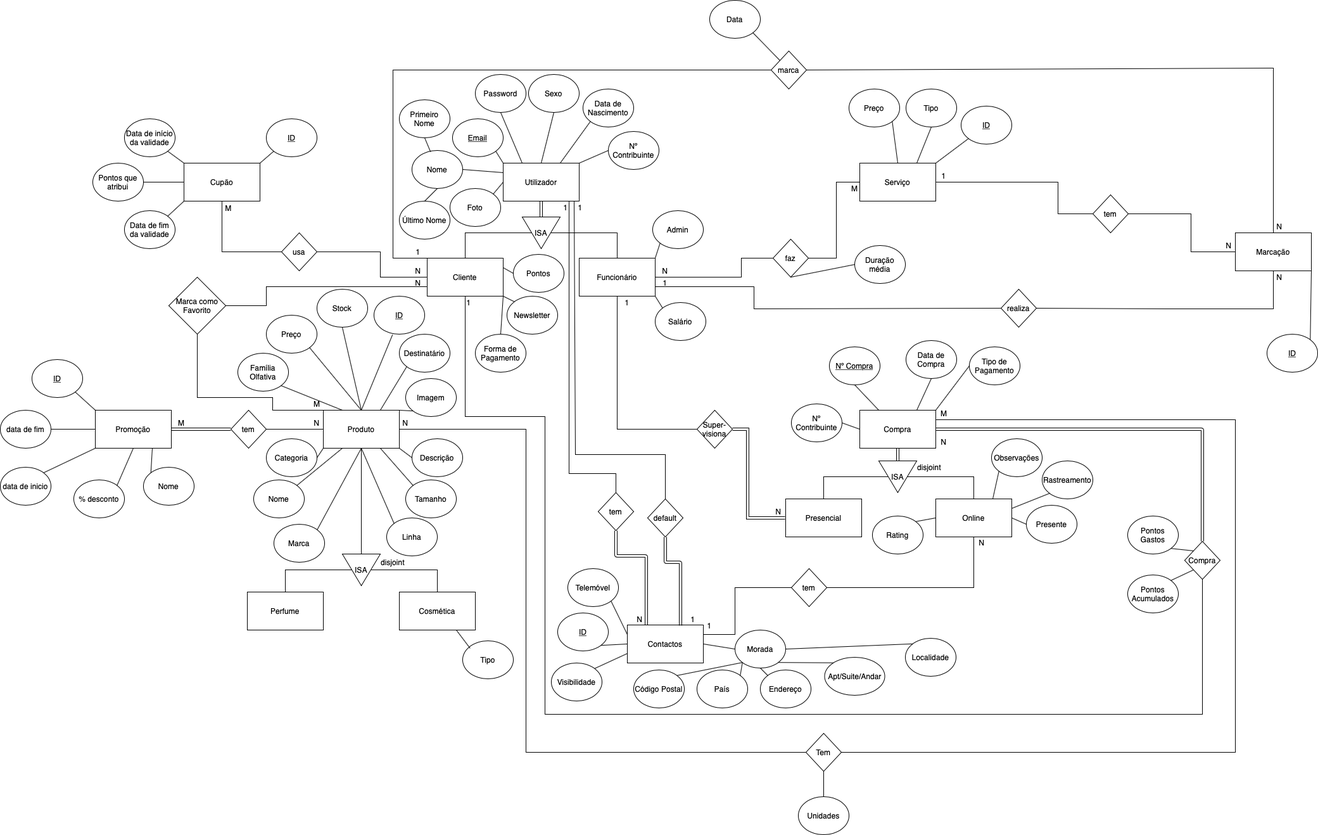
hugofpaiva/bd keeps this draw.io diagram as Projeto/DER.png. Above is the earlier version. Source tidied: cells renumbered, new cells last; positions are measured from the earlier drawing's top-left corner, leaving out a move shared by most shapes.
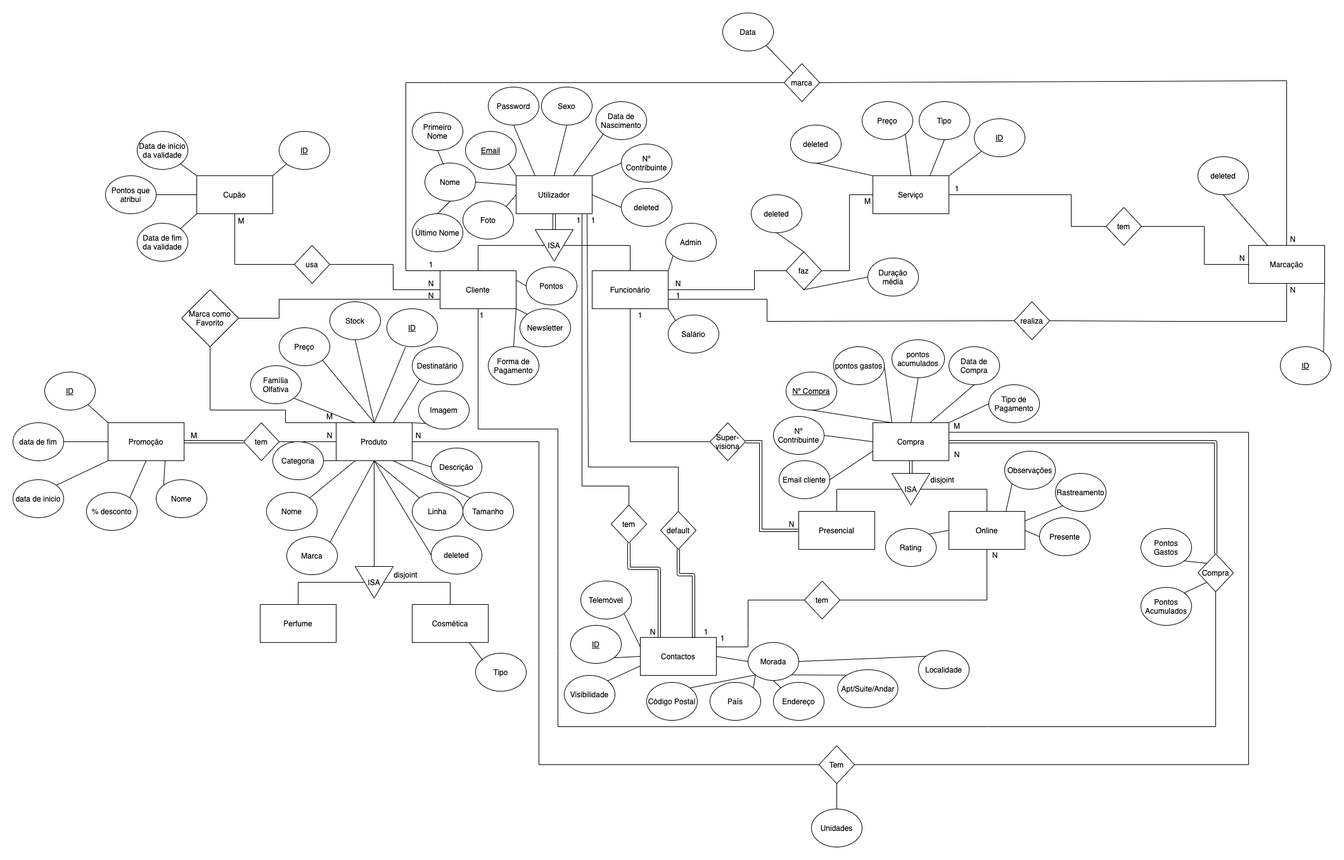
After the commit.

The edit, as a diff of the source:
```diff
@@ -255,19 +255,19 @@
       <mxGeometry x="640" y="597" width="80" height="60" as="geometry" />
     </mxCell>
     <mxCell id="62" value="Descrição" style="ellipse;whiteSpace=wrap;html=1;" parent="1" vertex="1">
-      <mxGeometry x="650" y="692" width="80" height="60" as="geometry" />
+      <mxGeometry x="660" y="687" width="80" height="60" as="geometry" />
     </mxCell>
     <mxCell id="63" value="Categoria" style="ellipse;whiteSpace=wrap;html=1;" parent="1" vertex="1">
-      <mxGeometry x="420" y="692" width="80" height="60" as="geometry" />
+      <mxGeometry x="410" y="677" width="80" height="60" as="geometry" />
     </mxCell>
     <mxCell id="64" value="Tamanho" style="ellipse;whiteSpace=wrap;html=1;" parent="1" vertex="1">
-      <mxGeometry x="640" y="757" width="80" height="60" as="geometry" />
+      <mxGeometry x="710" y="757" width="80" height="60" as="geometry" />
     </mxCell>
     <mxCell id="65" value="Nome" style="ellipse;whiteSpace=wrap;html=1;" parent="1" vertex="1">
       <mxGeometry x="400" y="757" width="80" height="60" as="geometry" />
     </mxCell>
     <mxCell id="66" value="Linha" style="ellipse;whiteSpace=wrap;html=1;" parent="1" vertex="1">
-      <mxGeometry x="610" y="817" width="80" height="60" as="geometry" />
+      <mxGeometry x="630" y="757" width="80" height="60" as="geometry" />
     </mxCell>
     <mxCell id="67" value="Marca" style="ellipse;whiteSpace=wrap;html=1;" parent="1" vertex="1">
       <mxGeometry x="432" y="827" width="80" height="60" as="geometry" />
@@ -450,25 +450,25 @@
       <mxGeometry relative="1" as="geometry" />
     </mxCell>
     <mxCell id="127" value="&lt;u&gt;Nº Compra&lt;/u&gt;" style="ellipse;whiteSpace=wrap;html=1;" parent="1" vertex="1">
-      <mxGeometry x="1309" y="547" width="80" height="60" as="geometry" />
+      <mxGeometry x="1220" y="567" width="80" height="60" as="geometry" />
     </mxCell>
     <mxCell id="128" style="endArrow=none;html=1;strokeColor=#000000;exitX=0.25;exitY=0;exitDx=0;exitDy=0;entryX=0.5;entryY=1;entryDx=0;entryDy=0;" parent="1" edge="1" source="43" target="127">
       <mxGeometry relative="1" as="geometry" />
     </mxCell>
     <mxCell id="129" value="Nº Contribuinte" style="ellipse;whiteSpace=wrap;html=1;" parent="1" vertex="1">
-      <mxGeometry x="1249" y="637" width="80" height="60" as="geometry" />
+      <mxGeometry x="1200" y="637" width="80" height="60" as="geometry" />
     </mxCell>
     <mxCell id="130" style="endArrow=none;html=1;strokeColor=#000000;entryX=0;entryY=0.5;entryDx=0;entryDy=0;exitX=1;exitY=0.5;exitDx=0;exitDy=0;" parent="1" edge="1" source="129" target="43">
       <mxGeometry relative="1" as="geometry" />
     </mxCell>
     <mxCell id="131" value="Data de Compra" style="ellipse;whiteSpace=wrap;html=1;" parent="1" vertex="1">
-      <mxGeometry x="1430" y="537" width="80" height="60" as="geometry" />
+      <mxGeometry x="1477" y="527" width="80" height="60" as="geometry" />
     </mxCell>
     <mxCell id="132" style="endArrow=none;html=1;strokeColor=#000000;exitX=0.75;exitY=0;exitDx=0;exitDy=0;entryX=0.5;entryY=1;entryDx=0;entryDy=0;" parent="1" edge="1" source="43" target="131">
       <mxGeometry relative="1" as="geometry" />
     </mxCell>
     <mxCell id="133" value="Tipo de Pagamento" style="ellipse;whiteSpace=wrap;html=1;" parent="1" vertex="1">
-      <mxGeometry x="1530" y="547" width="80" height="60" as="geometry" />
+      <mxGeometry x="1540" y="587" width="80" height="60" as="geometry" />
     </mxCell>
     <mxCell id="134" style="endArrow=none;html=1;strokeColor=#000000;exitX=1;exitY=0;exitDx=0;exitDy=0;entryX=0;entryY=0.5;entryDx=0;entryDy=0;" parent="1" edge="1" source="43" target="133">
       <mxGeometry relative="1" as="geometry" />
@@ -810,5 +810,53 @@
     <mxCell id="218" style="endArrow=none;html=1;exitX=1;exitY=1;exitDx=0;exitDy=0;entryX=0;entryY=0.5;entryDx=0;entryDy=0;" parent="1" edge="1" source="217" target="188">
       <mxGeometry relative="1" as="geometry" />
     </mxCell>
+    <mxCell id="219" value="deleted" style="ellipse;whiteSpace=wrap;html=1;" parent="1" vertex="1">
+      <mxGeometry x="660" y="826" width="80" height="60" as="geometry" />
+    </mxCell>
+    <mxCell id="220" style="endArrow=none;html=1;strokeColor=#000000;exitX=0;exitY=0.5;exitDx=0;exitDy=0;entryX=0.5;entryY=1;entryDx=0;entryDy=0;" parent="1" edge="1" source="219" target="5">
+      <mxGeometry relative="1" as="geometry" />
+    </mxCell>
+    <mxCell id="221" value="deleted" style="ellipse;whiteSpace=wrap;html=1;" parent="1" vertex="1">
+      <mxGeometry x="960" y="277" width="80" height="60" as="geometry" />
+    </mxCell>
+    <mxCell id="222" style="endArrow=none;html=1;strokeColor=#000000;exitX=1;exitY=0.5;exitDx=0;exitDy=0;entryX=0;entryY=0.5;entryDx=0;entryDy=0;" parent="1" edge="1" source="2" target="221">
+      <mxGeometry relative="1" as="geometry" />
+    </mxCell>
+    <mxCell id="223" value="Email cliente" style="ellipse;whiteSpace=wrap;html=1;" parent="1" vertex="1">
+      <mxGeometry x="1209" y="707" width="80" height="60" as="geometry" />
+    </mxCell>
+    <mxCell id="224" style="endArrow=none;html=1;strokeColor=#000000;entryX=0;entryY=0.75;entryDx=0;entryDy=0;exitX=1;exitY=0.5;exitDx=0;exitDy=0;" parent="1" edge="1" source="223" target="43">
+      <mxGeometry relative="1" as="geometry" />
+    </mxCell>
+    <mxCell id="225" value="pontos gastos" style="ellipse;whiteSpace=wrap;html=1;" parent="1" vertex="1">
+      <mxGeometry x="1295" y="527" width="80" height="60" as="geometry" />
+    </mxCell>
+    <mxCell id="226" style="endArrow=none;html=1;strokeColor=#000000;entryX=0.25;entryY=0;entryDx=0;entryDy=0;exitX=1;exitY=0.5;exitDx=0;exitDy=0;" parent="1" edge="1" source="225" target="43">
+      <mxGeometry relative="1" as="geometry" />
+    </mxCell>
+    <mxCell id="227" value="pontos acumulados" style="ellipse;whiteSpace=wrap;html=1;" parent="1" vertex="1">
+      <mxGeometry x="1387" y="516" width="83" height="60" as="geometry" />
+    </mxCell>
+    <mxCell id="228" style="endArrow=none;html=1;strokeColor=#000000;entryX=0.5;entryY=0;entryDx=0;entryDy=0;exitX=0.5;exitY=1;exitDx=0;exitDy=0;" parent="1" edge="1" source="227" target="43">
+      <mxGeometry relative="1" as="geometry" />
+    </mxCell>
+    <mxCell id="229" value="deleted" style="ellipse;whiteSpace=wrap;html=1;" parent="1" vertex="1">
+      <mxGeometry x="1227" y="177" width="80" height="60" as="geometry" />
+    </mxCell>
+    <mxCell id="230" style="endArrow=none;html=1;strokeColor=#000000;entryX=0.5;entryY=1;entryDx=0;entryDy=0;exitX=0;exitY=0;exitDx=0;exitDy=0;" parent="1" edge="1" source="172" target="229">
+      <mxGeometry relative="1" as="geometry" />
+    </mxCell>
+    <mxCell id="231" value="deleted" style="ellipse;whiteSpace=wrap;html=1;" parent="1" vertex="1">
+      <mxGeometry x="1165" y="287" width="80" height="60" as="geometry" />
+    </mxCell>
+    <mxCell id="232" style="endArrow=none;html=1;strokeColor=#000000;entryX=0.5;entryY=1;entryDx=0;entryDy=0;exitX=0.5;exitY=0;exitDx=0;exitDy=0;" parent="1" edge="1" source="171" target="231">
+      <mxGeometry relative="1" as="geometry" />
+    </mxCell>
+    <mxCell id="233" style="endArrow=none;html=1;entryX=0.5;entryY=1;entryDx=0;entryDy=0;exitX=0.25;exitY=0;exitDx=0;exitDy=0;" parent="1" edge="1" source="170" target="234">
+      <mxGeometry relative="1" as="geometry" />
+    </mxCell>
+    <mxCell id="234" value="deleted" style="ellipse;whiteSpace=wrap;html=1;" parent="1" vertex="1">
+      <mxGeometry x="1870" y="227" width="80" height="60" as="geometry" />
+    </mxCell>
   </root>
 </mxGraphModel>
```
